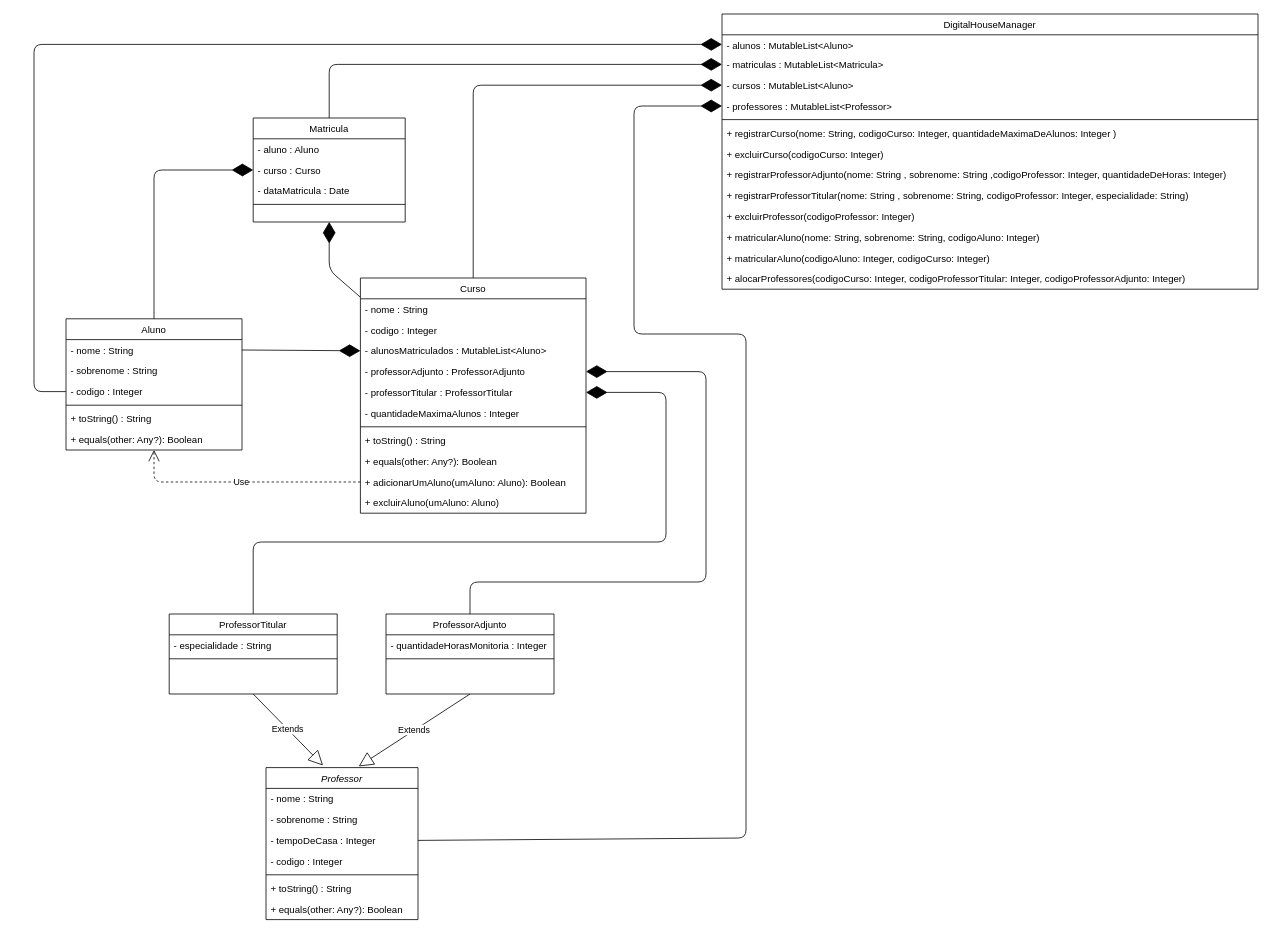
Earlier version of the draw.io diagram desafio.drawio (mariliamessias/digital_house_kotlin_desafio1). Source tidied: cells renumbered, new cells numbered last; positions are measured from the earlier drawing's top-left corner, leaving out a move shared by most shapes. Both pictures are drawn from the tidied source at 80%, with x=0, y=0 at pixel (34, 14).
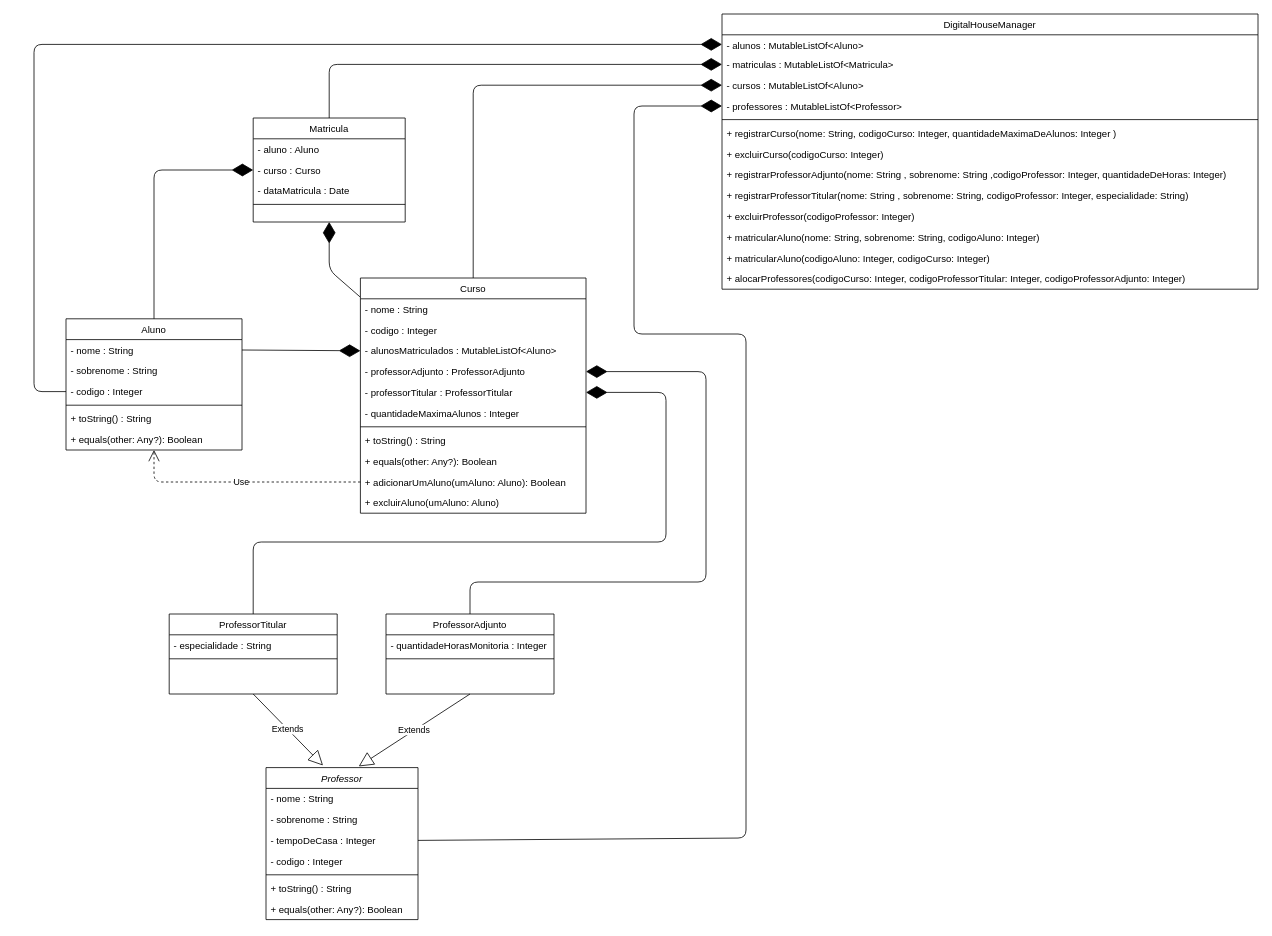
After the change.

Commit message (it also covers changes not shown here):
change declaration of mutableList in class DigitalHouseManager

Unchanged cells that the change refers to:
```xml
<mxCell id="22" value="Curso" style="swimlane;fontStyle=0;align=center;verticalAlign=top;horizontal=1;startSize=26;rounded=0;shadow=0;strokeWidth=1;" parent="1" vertex="1">
  <mxGeometry x="408" y="330" width="282" height="294" as="geometry" />
</mxCell>
<mxCell id="36" value="DigitalHouseManager" style="swimlane;fontStyle=0;align=center;verticalAlign=top;horizontal=1;startSize=26;rounded=0;shadow=0;strokeWidth=1;" parent="1" vertex="1">
  <mxGeometry x="860" width="670" height="344" as="geometry" />
</mxCell>
```

The edit, as a diff of the source:
```diff
@@
-    <mxCell id="25" value="- alunosMatriculados : MutableList&lt;Aluno&gt;" style="text;align=left;verticalAlign=top;spacingLeft=4;spacingRight=4;overflow=hidden;points=[[0,0.5],[1,0.5]];portConstraint=eastwest;rounded=0;shadow=0;html=0;" parent="22" vertex="1">
+    <mxCell id="25" value="- alunosMatriculados : MutableListOf&lt;Aluno&gt;" style="text;align=left;verticalAlign=top;spacingLeft=4;spacingRight=4;overflow=hidden;points=[[0,0.5],[1,0.5]];portConstraint=eastwest;rounded=0;shadow=0;html=0;" parent="22" vertex="1">
       <mxGeometry y="78" width="282" height="26" as="geometry" />
     </mxCell>
@@
-    <mxCell id="37" value="- alunos : MutableList&lt;Aluno&gt;" style="text;align=left;verticalAlign=top;spacingLeft=4;spacingRight=4;overflow=hidden;points=[[0,0.5],[1,0.5]];portConstraint=eastwest;" parent="36" vertex="1">
+    <mxCell id="37" value="- alunos : MutableListOf&lt;Aluno&gt;" style="text;align=left;verticalAlign=top;spacingLeft=4;spacingRight=4;overflow=hidden;points=[[0,0.5],[1,0.5]];portConstraint=eastwest;" parent="36" vertex="1">
       <mxGeometry y="26" width="670" height="24" as="geometry" />
     </mxCell>
-    <mxCell id="38" value="- matriculas : MutableList&lt;Matricula&gt;" style="text;align=left;verticalAlign=top;spacingLeft=4;spacingRight=4;overflow=hidden;points=[[0,0.5],[1,0.5]];portConstraint=eastwest;rounded=0;shadow=0;html=0;" parent="36" vertex="1">
+    <mxCell id="38" value="- matriculas : MutableListOf&lt;Matricula&gt;" style="text;align=left;verticalAlign=top;spacingLeft=4;spacingRight=4;overflow=hidden;points=[[0,0.5],[1,0.5]];portConstraint=eastwest;rounded=0;shadow=0;html=0;" parent="36" vertex="1">
       <mxGeometry y="50" width="670" height="26" as="geometry" />
     </mxCell>
-    <mxCell id="39" value="- cursos : MutableList&lt;Aluno&gt;" style="text;align=left;verticalAlign=top;spacingLeft=4;spacingRight=4;overflow=hidden;points=[[0,0.5],[1,0.5]];portConstraint=eastwest;rounded=0;shadow=0;html=0;" parent="36" vertex="1">
+    <mxCell id="39" value="- cursos : MutableListOf&lt;Aluno&gt;" style="text;align=left;verticalAlign=top;spacingLeft=4;spacingRight=4;overflow=hidden;points=[[0,0.5],[1,0.5]];portConstraint=eastwest;rounded=0;shadow=0;html=0;" parent="36" vertex="1">
       <mxGeometry y="76" width="670" height="26" as="geometry" />
     </mxCell>
-    <mxCell id="40" value="- professores : MutableList&lt;Professor&gt;" style="text;align=left;verticalAlign=top;spacingLeft=4;spacingRight=4;overflow=hidden;points=[[0,0.5],[1,0.5]];portConstraint=eastwest;rounded=0;shadow=0;html=0;" parent="36" vertex="1">
+    <mxCell id="40" value="- professores : MutableListOf&lt;Professor&gt;" style="text;align=left;verticalAlign=top;spacingLeft=4;spacingRight=4;overflow=hidden;points=[[0,0.5],[1,0.5]];portConstraint=eastwest;rounded=0;shadow=0;html=0;" parent="36" vertex="1">
       <mxGeometry y="102" width="670" height="26" as="geometry" />
     </mxCell>
```
